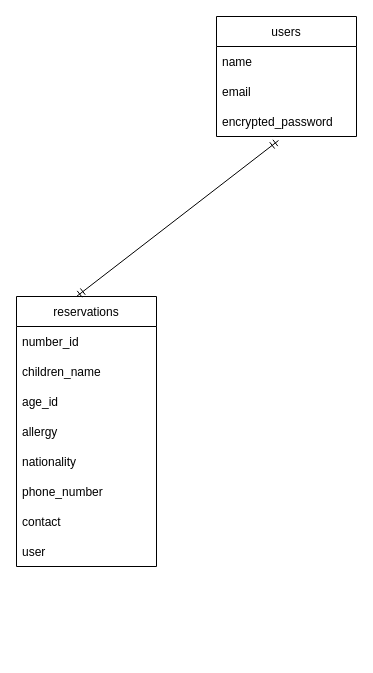
Earlier version of the draw.io diagram page "ページ1" (1 of 2) of test.dio (riku79264/childcare-japan2022). Source tidied: cells renumbered, new cells numbered last; positions are measured from the earlier drawing's top-left corner, leaving out a move shared by most shapes. Both pictures are drawn from the tidied source at 100%, with x=0, y=0 at pixel (16, 16).
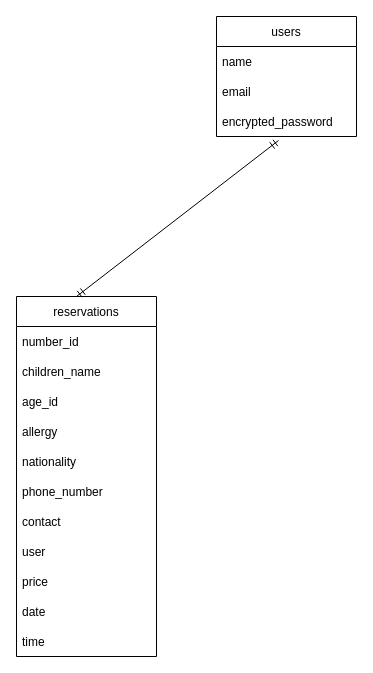
The same page after the edit.

The edit, as a diff of the source:
```diff
@@
 <mxGraphModel>
   <root>
     <mxCell id="0" />
     <mxCell id="1" parent="0" />
     <mxCell id="2" value="users" style="swimlane;fontStyle=0;horizontal=1;startSize=30;rounded=0;" parent="1" vertex="1">
       <mxGeometry x="200" width="140" height="120" as="geometry" />
     </mxCell>
     <mxCell id="3" value="name" style="text;strokeColor=none;fillColor=none;align=left;verticalAlign=middle;spacingLeft=4;spacingRight=4;overflow=hidden;rounded=0;" parent="2" vertex="1">
       <mxGeometry y="30" width="140" height="30" as="geometry" />
     </mxCell>
     <mxCell id="4" value="email" style="text;strokeColor=none;fillColor=none;align=left;verticalAlign=middle;spacingLeft=4;spacingRight=4;overflow=hidden;rounded=0;" parent="2" vertex="1">
       <mxGeometry y="60" width="140" height="30" as="geometry" />
     </mxCell>
     <mxCell id="5" value="encrypted_password" style="text;strokeColor=none;fillColor=none;align=left;verticalAlign=middle;spacingLeft=4;spacingRight=4;overflow=hidden;points=[[0,0.5],[1,0.5]];portConstraint=eastwest;rounded=0;" parent="2" vertex="1">
       <mxGeometry y="90" width="140" height="30" as="geometry" />
     </mxCell>
     <mxCell id="6" value="reservations" style="swimlane;fontStyle=0;horizontal=1;startSize=30;rounded=0;" parent="1" vertex="1">
-      <mxGeometry y="280" width="140" height="270" as="geometry" />
+      <mxGeometry y="280" width="140" height="360" as="geometry" />
     </mxCell>
     <mxCell id="7" value="number_id" style="text;strokeColor=none;fillColor=none;align=left;verticalAlign=middle;spacingLeft=4;spacingRight=4;overflow=hidden;rounded=0;" parent="6" vertex="1">
       <mxGeometry y="30" width="140" height="30" as="geometry" />
     </mxCell>
     <mxCell id="8" value="children_name" style="text;strokeColor=none;fillColor=none;align=left;verticalAlign=middle;spacingLeft=4;spacingRight=4;overflow=hidden;rounded=0;" parent="6" vertex="1">
       <mxGeometry y="60" width="140" height="30" as="geometry" />
     </mxCell>
     <mxCell id="9" value="age_id" style="text;strokeColor=none;fillColor=none;align=left;verticalAlign=middle;spacingLeft=4;spacingRight=4;overflow=hidden;rounded=0;" parent="6" vertex="1">
       <mxGeometry y="90" width="140" height="30" as="geometry" />
     </mxCell>
     <mxCell id="10" value="allergy" style="text;strokeColor=none;fillColor=none;align=left;verticalAlign=middle;spacingLeft=4;spacingRight=4;overflow=hidden;rounded=0;" parent="6" vertex="1">
       <mxGeometry y="120" width="140" height="30" as="geometry" />
     </mxCell>
     <mxCell id="11" value="nationality" style="text;strokeColor=none;fillColor=none;align=left;verticalAlign=middle;spacingLeft=4;spacingRight=4;overflow=hidden;rounded=0;" parent="6" vertex="1">
       <mxGeometry y="150" width="140" height="30" as="geometry" />
     </mxCell>
     <mxCell id="12" value="phone_number" style="text;strokeColor=none;fillColor=none;align=left;verticalAlign=middle;spacingLeft=4;spacingRight=4;overflow=hidden;rounded=0;" parent="6" vertex="1">
       <mxGeometry y="180" width="140" height="30" as="geometry" />
     </mxCell>
     <mxCell id="13" value="contact" style="text;strokeColor=none;fillColor=none;align=left;verticalAlign=middle;spacingLeft=4;spacingRight=4;overflow=hidden;rounded=0;" parent="6" vertex="1">
       <mxGeometry y="210" width="140" height="30" as="geometry" />
     </mxCell>
     <mxCell id="14" value="user" style="text;strokeColor=none;fillColor=none;align=left;verticalAlign=middle;spacingLeft=4;spacingRight=4;overflow=hidden;rounded=0;" parent="6" vertex="1">
       <mxGeometry y="240" width="140" height="30" as="geometry" />
     </mxCell>
+    <mxCell id="16" value="price" style="text;strokeColor=none;fillColor=none;align=left;verticalAlign=middle;spacingLeft=4;spacingRight=4;overflow=hidden;rounded=0;" parent="6" vertex="1">
+      <mxGeometry y="270" width="140" height="30" as="geometry" />
+    </mxCell>
+    <mxCell id="17" value="date" style="text;strokeColor=none;fillColor=none;align=left;verticalAlign=middle;spacingLeft=4;spacingRight=4;overflow=hidden;rounded=0;" parent="6" vertex="1">
+      <mxGeometry y="300" width="140" height="30" as="geometry" />
+    </mxCell>
+    <mxCell id="18" value="time" style="text;strokeColor=none;fillColor=none;align=left;verticalAlign=middle;spacingLeft=4;spacingRight=4;overflow=hidden;rounded=0;" parent="6" vertex="1">
+      <mxGeometry y="330" width="140" height="30" as="geometry" />
+    </mxCell>
     <mxCell id="15" style="fontSize=12;html=1;endArrow=ERmandOne;startArrow=ERmandOne;strokeColor=default;rounded=0;exitX=0.5;exitY=0;exitDx=0;exitDy=0;entryX=0.443;entryY=1.133;entryDx=0;entryDy=0;entryPerimeter=0;" parent="1" edge="1" target="5">
       <mxGeometry relative="1" as="geometry">
         <mxPoint x="60" y="280" as="sourcePoint" />
       </mxGeometry>
     </mxCell>
   </root>
 </mxGraphModel>
```
